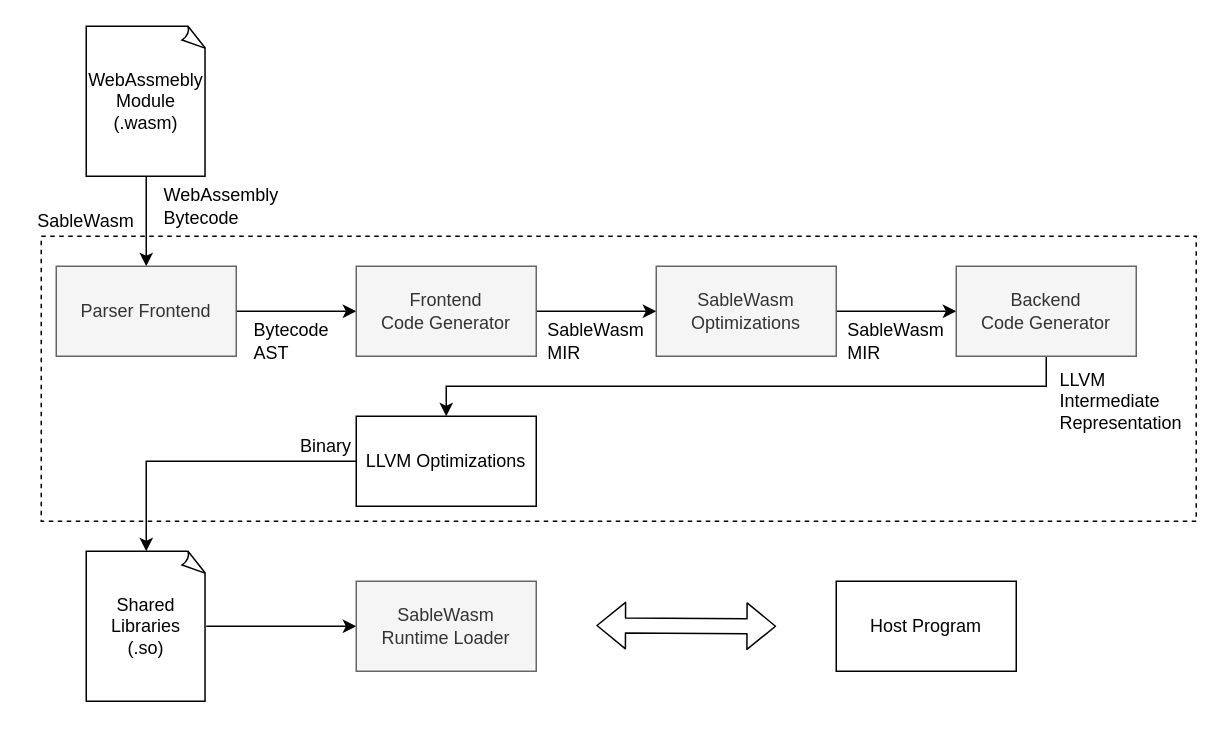
Above: Images/design.drawio in NineKa/sable-wasm-thesis (draw.io), before the change. Source tidied: cells renumbered, new cells numbered last; positions are measured from the earlier drawing's top-left corner, leaving out a move shared by most shapes. Both pictures are drawn from the tidied source at 150%, with x=0, y=0 at pixel (40, 26).
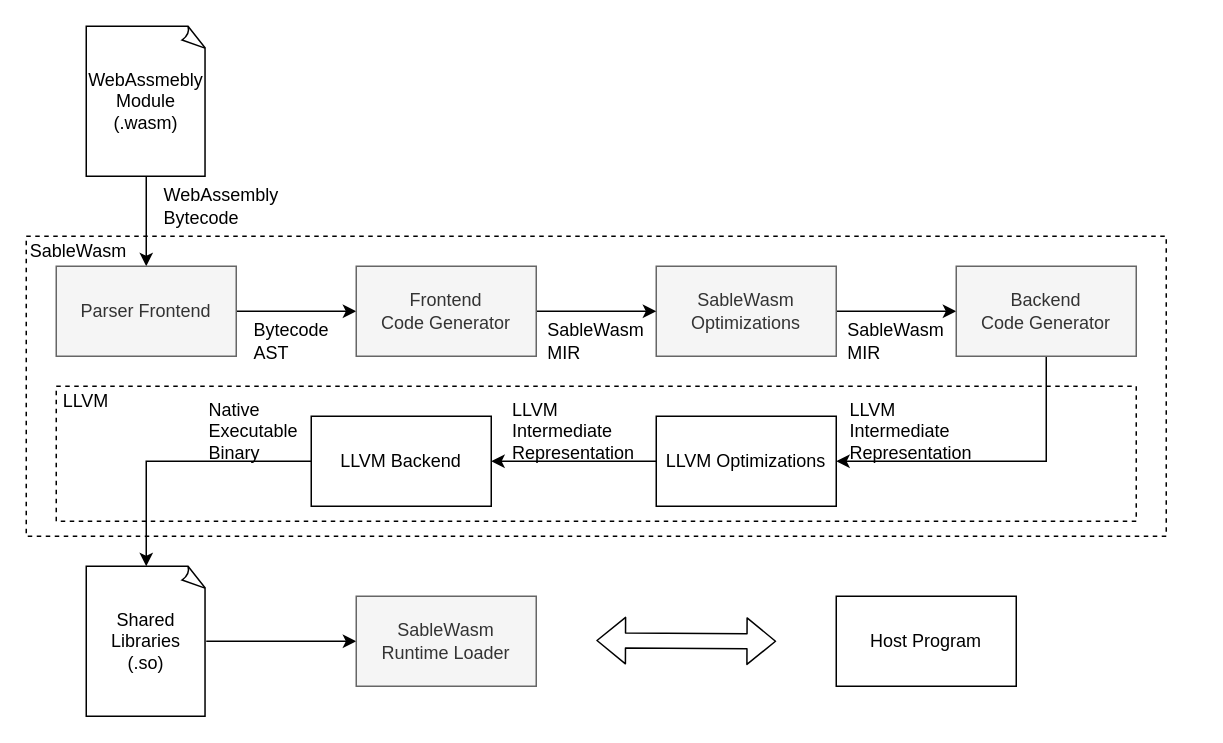
Above is the later version.

Commit message (it also covers changes not shown here):
adding LLVM codegen into design illustration

Unchanged cells that the change refers to:
```xml
<mxCell id="11" value="Backend&lt;br&gt;Code Generator" style="rounded=0;whiteSpace=wrap;html=1;fillColor=#f5f5f5;strokeColor=#666666;fontColor=#333333;" parent="1" vertex="1">
  <mxGeometry x="610" y="160" width="120" height="60" as="geometry" />
</mxCell>
```

The edit, as a diff of the source:
```diff
@@
-    <mxCell id="10" style="edgeStyle=orthogonalEdgeStyle;rounded=0;jettySize=auto;html=1;exitX=0.5;exitY=1;exitDx=0;exitDy=0;entryX=0.5;entryY=0;entryDx=0;entryDy=0;" parent="1" edge="1" source="11" target="13">
-      <mxGeometry relative="1" as="geometry" />
+    <mxCell id="10" style="edgeStyle=orthogonalEdgeStyle;rounded=0;jettySize=auto;html=1;exitX=0.5;exitY=1;exitDx=0;exitDy=0;entryX=1;entryY=0.5;entryDx=0;entryDy=0;" parent="1" edge="1" source="11" target="13">
+      <mxGeometry relative="1" as="geometry">
+        <Array as="points">
+          <mxPoint x="670" y="290" />
+        </Array>
+      </mxGeometry>
     </mxCell>
@@
-    <mxCell id="12" style="edgeStyle=orthogonalEdgeStyle;rounded=0;jettySize=auto;html=1;" parent="1" edge="1" source="13" target="15">
+    <mxCell id="12" style="edgeStyle=orthogonalEdgeStyle;rounded=0;jettySize=auto;html=1;exitX=0;exitY=0.5;exitDx=0;exitDy=0;" parent="1" edge="1" source="28" target="15">
       <mxGeometry relative="1" as="geometry" />
     </mxCell>
+    <mxCell id="27" style="edgeStyle=orthogonalEdgeStyle;rounded=0;jettySize=auto;html=1;" parent="1" edge="1" source="13" target="28">
+      <mxGeometry relative="1" as="geometry" />
+    </mxCell>
     <mxCell id="13" value="LLVM Optimizations" style="rounded=0;whiteSpace=wrap;html=1;" parent="1" vertex="1">
-      <mxGeometry x="210" y="260" width="120" height="60" as="geometry" />
+      <mxGeometry x="410" y="260" width="120" height="60" as="geometry" />
     </mxCell>
@@
     <mxCell id="15" value="Shared&lt;br&gt;Libraries&lt;br&gt;(.so)" style="whiteSpace=wrap;html=1;shape=mxgraph.basic.document;" parent="1" vertex="1">
-      <mxGeometry x="30" y="350" width="80" height="100" as="geometry" />
+      <mxGeometry x="30" y="360" width="80" height="100" as="geometry" />
     </mxCell>
@@
     <mxCell id="20" value="&lt;div style=&quot;text-align: left&quot;&gt;&lt;span&gt;LLVM&amp;nbsp;&lt;/span&gt;&lt;/div&gt;&lt;div style=&quot;text-align: left&quot;&gt;&lt;span&gt;Intermediate&lt;/span&gt;&lt;/div&gt;&lt;div style=&quot;text-align: left&quot;&gt;&lt;span&gt;Representation&lt;/span&gt;&lt;/div&gt;" style="text;html=1;strokeColor=none;fillColor=none;align=center;verticalAlign=middle;whiteSpace=wrap;rounded=0;" parent="1" vertex="1">
-      <mxGeometry x="700" y="240" width="40" height="20" as="geometry" />
+      <mxGeometry x="540" y="250" width="80" height="40" as="geometry" />
     </mxCell>
-    <mxCell id="21" value="Binary" style="text;html=1;strokeColor=none;fillColor=none;align=center;verticalAlign=middle;whiteSpace=wrap;rounded=0;" parent="1" vertex="1">
-      <mxGeometry x="170" y="270" width="40" height="20" as="geometry" />
+    <mxCell id="21" value="Native&lt;br&gt;Executable&lt;br&gt;Binary" style="text;html=1;strokeColor=none;fillColor=none;align=left;verticalAlign=middle;whiteSpace=wrap;rounded=0;" parent="1" vertex="1">
+      <mxGeometry x="110" y="250" width="60" height="40" as="geometry" />
     </mxCell>
     <mxCell id="22" value="SableWasm&lt;br&gt;Runtime Loader" style="rounded=0;whiteSpace=wrap;html=1;fillColor=#f5f5f5;strokeColor=#666666;fontColor=#333333;" parent="1" vertex="1">
-      <mxGeometry x="210" y="370" width="120" height="60" as="geometry" />
+      <mxGeometry x="210" y="380" width="120" height="60" as="geometry" />
     </mxCell>
     <mxCell id="23" style="shape=flexArrow;endArrow=classic;startArrow=classic;html=1;" parent="1" edge="1">
       <mxGeometry relative="1" as="geometry">
-        <mxPoint x="370" y="399.5" as="sourcePoint" />
-        <mxPoint x="490" y="400" as="targetPoint" />
+        <mxPoint x="370" y="409.5" as="sourcePoint" />
+        <mxPoint x="490" y="410" as="targetPoint" />
       </mxGeometry>
     </mxCell>
     <mxCell id="24" value="Host Program" style="rounded=0;whiteSpace=wrap;html=1;" parent="1" vertex="1">
-      <mxGeometry x="530" y="370" width="120" height="60" as="geometry" />
+      <mxGeometry x="530" y="380" width="120" height="60" as="geometry" />
     </mxCell>
     <mxCell id="25" style="rounded=0;whiteSpace=wrap;html=1;fillColor=none;dashed=1;" parent="1" vertex="1">
-      <mxGeometry y="140" width="770" height="190" as="geometry" />
+      <mxGeometry x="-10" y="140" width="760" height="200" as="geometry" />
     </mxCell>
     <mxCell id="26" value="SableWasm" style="text;html=1;strokeColor=none;fillColor=none;align=center;verticalAlign=middle;whiteSpace=wrap;rounded=0;dashed=1;" parent="1" vertex="1">
-      <mxGeometry x="10" y="120" width="40" height="20" as="geometry" />
+      <mxGeometry x="-10" y="140" width="70" height="20" as="geometry" />
     </mxCell>
+    <mxCell id="28" value="LLVM Backend" style="rounded=0;whiteSpace=wrap;html=1;" parent="1" vertex="1">
+      <mxGeometry x="180" y="260" width="120" height="60" as="geometry" />
+    </mxCell>
+    <mxCell id="29" value="&lt;div style=&quot;text-align: left&quot;&gt;&lt;span&gt;LLVM&amp;nbsp;&lt;/span&gt;&lt;/div&gt;&lt;div style=&quot;text-align: left&quot;&gt;&lt;span&gt;Intermediate&lt;/span&gt;&lt;/div&gt;&lt;div style=&quot;text-align: left&quot;&gt;&lt;span&gt;Representation&lt;/span&gt;&lt;/div&gt;" style="text;html=1;strokeColor=none;fillColor=none;align=center;verticalAlign=middle;whiteSpace=wrap;rounded=0;" parent="1" vertex="1">
+      <mxGeometry x="315" y="250" width="80" height="40" as="geometry" />
+    </mxCell>
+    <mxCell id="30" style="rounded=0;whiteSpace=wrap;html=1;fillColor=none;dashed=1;" parent="1" vertex="1">
+      <mxGeometry x="10" y="240" width="720" height="90" as="geometry" />
+    </mxCell>
+    <mxCell id="31" value="LLVM" style="text;html=1;strokeColor=none;fillColor=none;align=center;verticalAlign=middle;whiteSpace=wrap;rounded=0;" parent="1" vertex="1">
+      <mxGeometry x="10" y="240" width="40" height="20" as="geometry" />
+    </mxCell>
```
